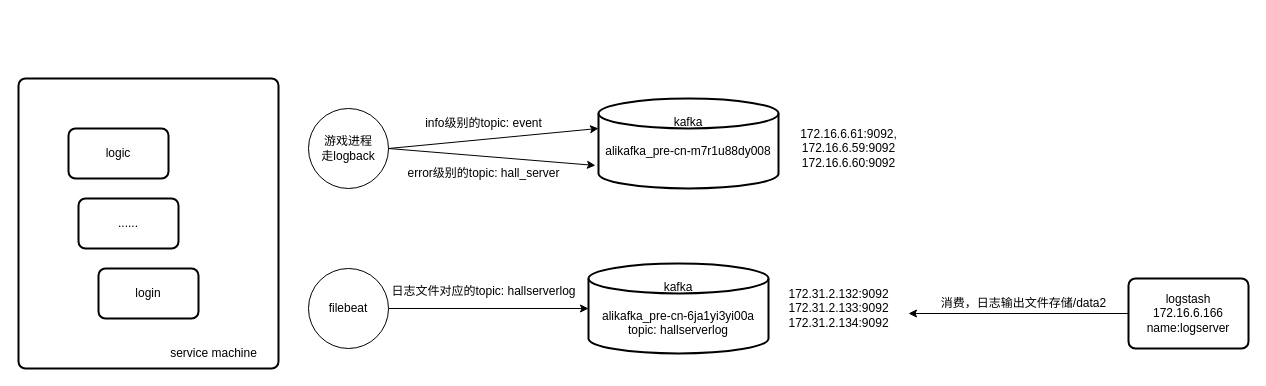
This is SSJJ2/SS2_ELK上报流程.drawio from Ordertiny/graph, a draw.io file, before an edit. Source tidied: cells renumbered, new cells numbered last; positions are measured from the earlier drawing's top-left corner, leaving out a move shared by most shapes. Both pictures are drawn from the tidied source at 100%, with x=0, y=0 at pixel (18, 78).
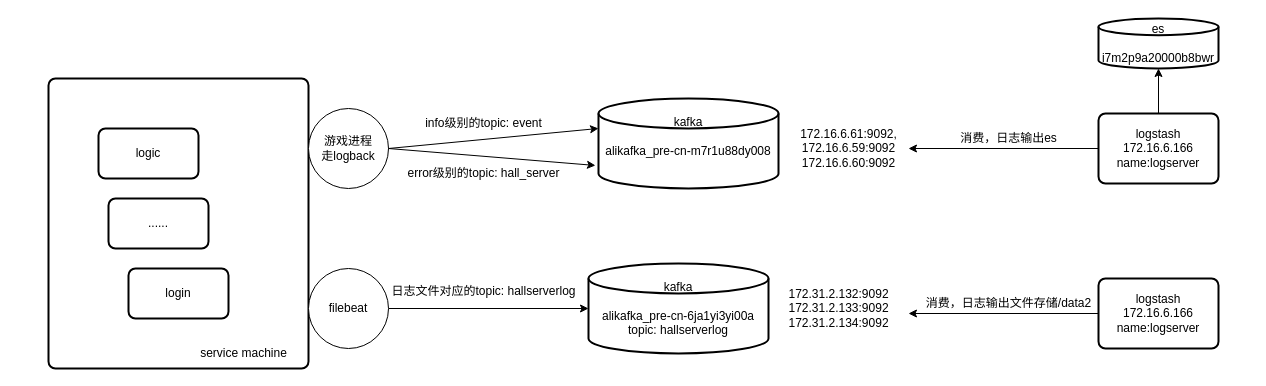
The same diagram, later.

Commit message (it also covers changes not shown here):
更新SS2_ELK上报流程.drawio

What changed in the source:
```diff
@@
     <mxCell id="2" style="group;" parent="1" vertex="1">
-      <mxGeometry width="260" height="290" as="geometry" />
+      <mxGeometry x="30" width="260" height="290" as="geometry" />
     </mxCell>
@@
     <mxCell id="23" value="logstash&lt;div&gt;172.16.6.166&lt;/div&gt;&lt;div&gt;name:logserver&lt;/div&gt;" style="rounded=1;whiteSpace=wrap;html=1;absoluteArcSize=1;arcSize=14;strokeWidth=2;" parent="1" vertex="1">
-      <mxGeometry x="1110" y="200" width="120" height="70" as="geometry" />
+      <mxGeometry x="1080" y="200" width="120" height="70" as="geometry" />
     </mxCell>
     <mxCell id="24" value="消费，日志输出文件存储/data2" style="text;html=1;align=center;verticalAlign=middle;strokeColor=none;fillColor=none;" parent="1" vertex="1">
-      <mxGeometry x="910" y="210" width="190" height="30" as="geometry" />
+      <mxGeometry x="895" y="210" width="190" height="30" as="geometry" />
     </mxCell>
+    <mxCell id="25" style="edgeStyle=orthogonalEdgeStyle;rounded=0;jettySize=auto;html=1;exitX=0;exitY=0.5;exitDx=0;exitDy=0;" parent="1" edge="1" source="27">
+      <mxGeometry relative="1" as="geometry">
+        <mxPoint x="890" y="70" as="targetPoint" />
+      </mxGeometry>
+    </mxCell>
+    <mxCell id="26" style="edgeStyle=orthogonalEdgeStyle;rounded=0;jettySize=auto;html=1;" parent="1" edge="1" source="27" target="29">
+      <mxGeometry relative="1" as="geometry" />
+    </mxCell>
+    <mxCell id="27" value="logstash&lt;div&gt;172.16.6.166&lt;/div&gt;&lt;div&gt;name:logserver&lt;/div&gt;" style="rounded=1;whiteSpace=wrap;html=1;absoluteArcSize=1;arcSize=14;strokeWidth=2;" parent="1" vertex="1">
+      <mxGeometry x="1080" y="35" width="120" height="70" as="geometry" />
+    </mxCell>
+    <mxCell id="28" value="消费，日志输出es" style="text;html=1;align=center;verticalAlign=middle;strokeColor=none;fillColor=none;" parent="1" vertex="1">
+      <mxGeometry x="930" y="45" width="120" height="30" as="geometry" />
+    </mxCell>
+    <mxCell id="29" value="es&lt;div&gt;&lt;br&gt;&lt;div&gt;i7m2p9a20000b8bwr&lt;/div&gt;&lt;/div&gt;" style="strokeWidth=2;html=1;shape=mxgraph.flowchart.database;whiteSpace=wrap;" parent="1" vertex="1">
+      <mxGeometry x="1080" y="-60" width="120" height="50" as="geometry" />
+    </mxCell>
```
